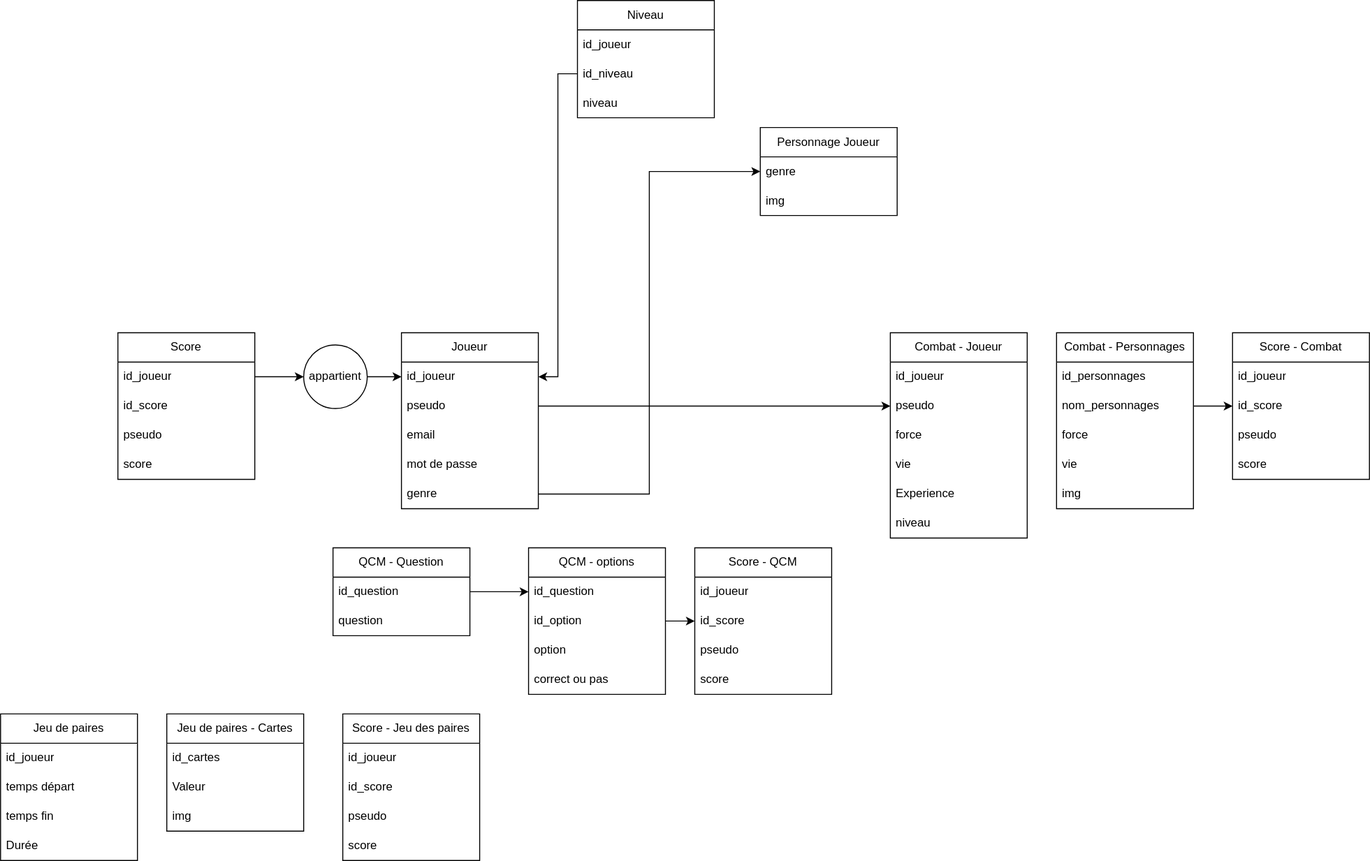
Earlier version of the draw.io export BDD.svg (Oreki2004/Projet-Final-6TTSI). Source tidied: cells renumbered, new cells last; positions are measured from the earlier drawing's top-left corner, leaving out a move shared by most shapes.
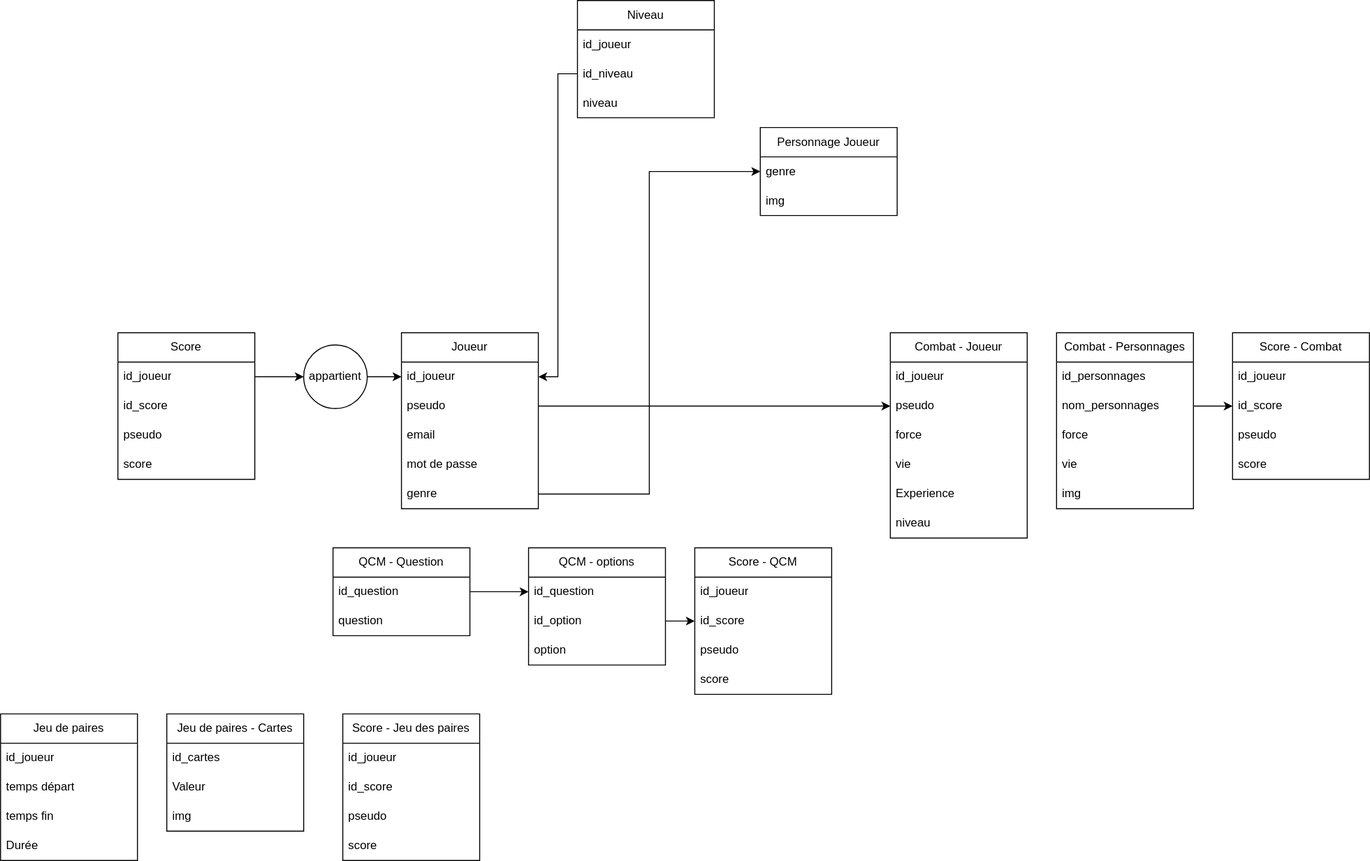
After the commit.

Commit message:
Mettre à jour BDD.svg

Diff of the diagram source:
```diff
@@ -87,7 +87,7 @@
       <mxGeometry y="60" width="140" height="30" as="geometry" />
     </mxCell>
     <mxCell id="30" value="QCM - options" style="swimlane;fontStyle=0;horizontal=1;startSize=30;whiteSpace=wrap;html=1;" parent="1" vertex="1">
-      <mxGeometry x="540" y="560" width="140" height="150" as="geometry" />
+      <mxGeometry x="540" y="560" width="140" height="120" as="geometry" />
     </mxCell>
     <mxCell id="31" value="&lt;span style=&quot;font-weight: normal;&quot;&gt;id_question&lt;/span&gt;" style="text;strokeColor=none;fillColor=none;align=left;verticalAlign=middle;spacingLeft=4;spacingRight=4;overflow=hidden;points=[[0,0.5],[1,0.5]];portConstraint=eastwest;whiteSpace=wrap;html=1;fontStyle=1;" parent="30" vertex="1">
       <mxGeometry y="30" width="140" height="30" as="geometry" />
@@ -98,9 +98,6 @@
     <mxCell id="33" value="option" style="text;strokeColor=none;fillColor=none;align=left;verticalAlign=middle;spacingLeft=4;spacingRight=4;overflow=hidden;whiteSpace=wrap;html=1;" parent="30" vertex="1">
       <mxGeometry y="90" width="140" height="30" as="geometry" />
     </mxCell>
-    <mxCell id="34" value="correct ou pas" style="text;strokeColor=none;fillColor=none;align=left;verticalAlign=middle;spacingLeft=4;spacingRight=4;overflow=hidden;whiteSpace=wrap;html=1;" parent="30" vertex="1">
-      <mxGeometry y="120" width="140" height="30" as="geometry" />
-    </mxCell>
     <mxCell id="35" style="edgeStyle=orthogonalEdgeStyle;rounded=0;jettySize=auto;html=1;entryX=0;entryY=0.5;entryDx=0;entryDy=0;" parent="1" edge="1" source="28" target="31">
       <mxGeometry relative="1" as="geometry" />
     </mxCell>
```
